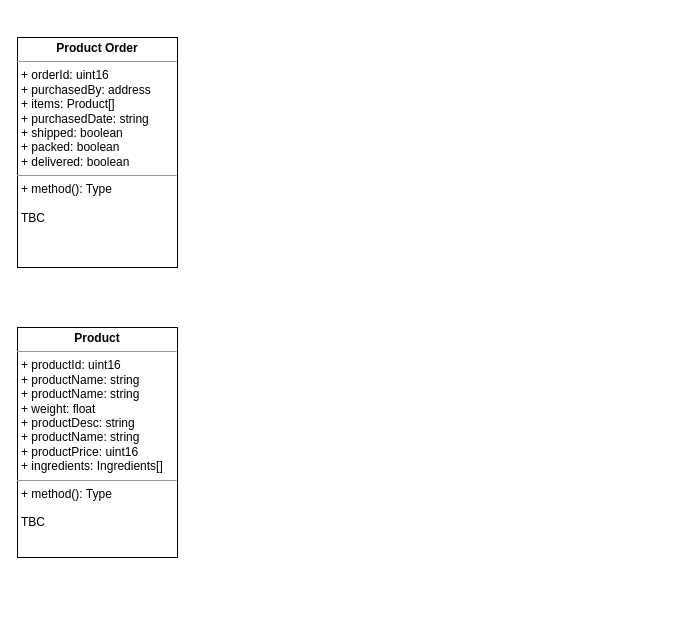
PohKaiBoon/back-end keeps this draw.io diagram as page "Class Diagram" (2 of 3) of supply-chain-process-flow.drawio. Above is the earlier version. Source tidied: cells renumbered, new cells numbered last; positions are measured from the earlier drawing's top-left corner, leaving out a move shared by most shapes. Both pictures are drawn from the tidied source at 100%, with x=0, y=0 at pixel (17, 37).
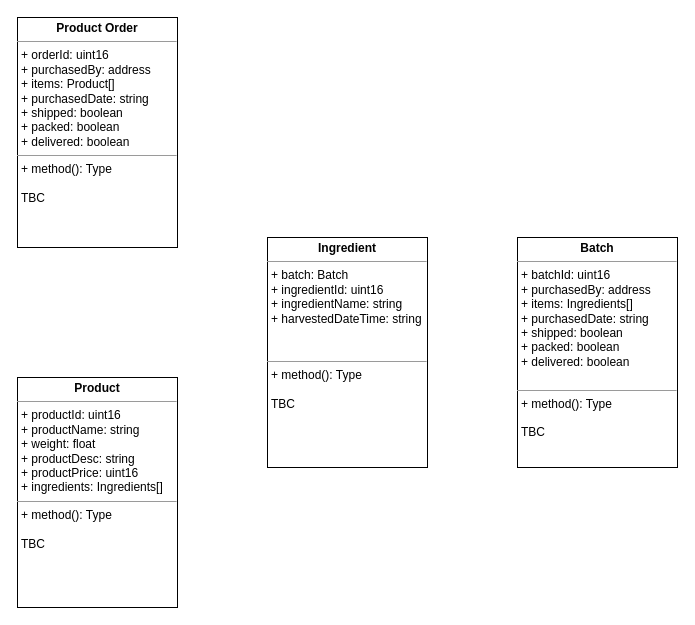
Above is the later version.

Diff of the diagram source:
```diff
@@
 <mxGraphModel>
   <root>
     <mxCell id="0" />
     <mxCell id="1" parent="0" />
-    <mxCell id="2" value="&lt;p style=&quot;margin:0px;margin-top:4px;text-align:center;&quot;&gt;&lt;b&gt;Product&lt;/b&gt;&lt;/p&gt;&lt;hr size=&quot;1&quot;&gt;&lt;p style=&quot;margin:0px;margin-left:4px;&quot;&gt;+ productId: uint16&lt;/p&gt;&lt;p style=&quot;border-color: var(--border-color); margin: 0px 0px 0px 4px;&quot;&gt;+ productName: string&lt;/p&gt;&lt;p style=&quot;border-color: var(--border-color); margin: 0px 0px 0px 4px;&quot;&gt;+ productName: string&lt;br&gt;&lt;/p&gt;&lt;p style=&quot;border-color: var(--border-color); margin: 0px 0px 0px 4px;&quot;&gt;+ weight: float&lt;br&gt;&lt;/p&gt;&lt;p style=&quot;border-color: var(--border-color); margin: 0px 0px 0px 4px;&quot;&gt;+ productDesc: string&lt;br&gt;&lt;/p&gt;&lt;p style=&quot;border-color: var(--border-color); margin: 0px 0px 0px 4px;&quot;&gt;+ productName: string&lt;br&gt;&lt;/p&gt;&lt;p style=&quot;border-color: var(--border-color); margin: 0px 0px 0px 4px;&quot;&gt;+ productPrice: uint16&lt;br&gt;+ ingredients: Ingredients[]&lt;/p&gt;&lt;hr size=&quot;1&quot;&gt;&lt;p style=&quot;margin:0px;margin-left:4px;&quot;&gt;+ method(): Type&lt;/p&gt;&lt;p style=&quot;margin:0px;margin-left:4px;&quot;&gt;&lt;br&gt;&lt;/p&gt;&lt;p style=&quot;margin:0px;margin-left:4px;&quot;&gt;TBC&lt;/p&gt;" style="verticalAlign=top;align=left;overflow=fill;html=1;whiteSpace=wrap;" parent="1" vertex="1">
-      <mxGeometry y="290" width="160" height="230" as="geometry" />
+    <mxCell id="2" value="&lt;p style=&quot;margin:0px;margin-top:4px;text-align:center;&quot;&gt;&lt;b&gt;Product&lt;/b&gt;&lt;/p&gt;&lt;hr size=&quot;1&quot;&gt;&lt;p style=&quot;margin:0px;margin-left:4px;&quot;&gt;+ productId: uint16&lt;/p&gt;&lt;p style=&quot;border-color: var(--border-color); margin: 0px 0px 0px 4px;&quot;&gt;+ productName: string&lt;/p&gt;&lt;p style=&quot;border-color: var(--border-color); margin: 0px 0px 0px 4px;&quot;&gt;+ weight: float&lt;br&gt;&lt;/p&gt;&lt;p style=&quot;border-color: var(--border-color); margin: 0px 0px 0px 4px;&quot;&gt;+ productDesc: string&lt;/p&gt;&lt;p style=&quot;border-color: var(--border-color); margin: 0px 0px 0px 4px;&quot;&gt;+ productPrice: uint16&lt;br&gt;+ ingredients: Ingredients[]&lt;/p&gt;&lt;hr size=&quot;1&quot;&gt;&lt;p style=&quot;margin:0px;margin-left:4px;&quot;&gt;+ method(): Type&lt;/p&gt;&lt;p style=&quot;margin:0px;margin-left:4px;&quot;&gt;&lt;br&gt;&lt;/p&gt;&lt;p style=&quot;margin:0px;margin-left:4px;&quot;&gt;TBC&lt;/p&gt;" style="verticalAlign=top;align=left;overflow=fill;html=1;whiteSpace=wrap;" parent="1" vertex="1">
+      <mxGeometry y="340" width="160" height="230" as="geometry" />
     </mxCell>
     <mxCell id="3" value="&lt;p style=&quot;margin:0px;margin-top:4px;text-align:center;&quot;&gt;&lt;b&gt;Product Order&lt;/b&gt;&lt;/p&gt;&lt;hr size=&quot;1&quot;&gt;&lt;p style=&quot;margin:0px;margin-left:4px;&quot;&gt;+ orderId: uint16&lt;/p&gt;&lt;p style=&quot;border-color: var(--border-color); margin: 0px 0px 0px 4px;&quot;&gt;+ purchasedBy: address&lt;/p&gt;&lt;p style=&quot;border-color: var(--border-color); margin: 0px 0px 0px 4px;&quot;&gt;+ items: Product[]&lt;br&gt;&lt;/p&gt;&lt;p style=&quot;border-color: var(--border-color); margin: 0px 0px 0px 4px;&quot;&gt;+ purchasedDate: string&lt;br&gt;&lt;/p&gt;&lt;p style=&quot;border-color: var(--border-color); margin: 0px 0px 0px 4px;&quot;&gt;+ shipped: boolean&lt;br&gt;&lt;/p&gt;&lt;p style=&quot;border-color: var(--border-color); margin: 0px 0px 0px 4px;&quot;&gt;+ packed: boolean&lt;br&gt;&lt;/p&gt;&lt;p style=&quot;border-color: var(--border-color); margin: 0px 0px 0px 4px;&quot;&gt;+ delivered: boolean&lt;br&gt;&lt;/p&gt;&lt;hr size=&quot;1&quot;&gt;&lt;p style=&quot;margin:0px;margin-left:4px;&quot;&gt;+ method(): Type&lt;/p&gt;&lt;p style=&quot;margin:0px;margin-left:4px;&quot;&gt;&lt;br&gt;&lt;/p&gt;&lt;p style=&quot;margin:0px;margin-left:4px;&quot;&gt;TBC&lt;/p&gt;" style="verticalAlign=top;align=left;overflow=fill;html=1;whiteSpace=wrap;" parent="1" vertex="1">
-      <mxGeometry width="160" height="230" as="geometry" />
+      <mxGeometry y="-20" width="160" height="230" as="geometry" />
     </mxCell>
+    <mxCell id="4" value="&lt;p style=&quot;margin:0px;margin-top:4px;text-align:center;&quot;&gt;&lt;b&gt;Ingredient&lt;/b&gt;&lt;/p&gt;&lt;hr size=&quot;1&quot;&gt;&lt;p style=&quot;margin:0px;margin-left:4px;&quot;&gt;+ batch: Batch&lt;/p&gt;&lt;p style=&quot;border-color: var(--border-color); margin: 0px 0px 0px 4px;&quot;&gt;+ ingredientId: uint16&lt;/p&gt;&lt;p style=&quot;border-color: var(--border-color); margin: 0px 0px 0px 4px;&quot;&gt;+ ingredientName: string&lt;br&gt;&lt;/p&gt;&lt;p style=&quot;border-color: var(--border-color); margin: 0px 0px 0px 4px;&quot;&gt;+ harvestedDateTime: string&lt;/p&gt;&lt;p style=&quot;border-color: var(--border-color); margin: 0px 0px 0px 4px;&quot;&gt;&lt;br&gt;&lt;/p&gt;&lt;p style=&quot;border-color: var(--border-color); margin: 0px 0px 0px 4px;&quot;&gt;&lt;br&gt;&lt;/p&gt;&lt;hr size=&quot;1&quot;&gt;&lt;p style=&quot;margin:0px;margin-left:4px;&quot;&gt;+ method(): Type&lt;/p&gt;&lt;p style=&quot;margin:0px;margin-left:4px;&quot;&gt;&lt;br&gt;&lt;/p&gt;&lt;p style=&quot;margin:0px;margin-left:4px;&quot;&gt;TBC&lt;/p&gt;" style="verticalAlign=top;align=left;overflow=fill;html=1;whiteSpace=wrap;" parent="1" vertex="1">
+      <mxGeometry x="250" y="200" width="160" height="230" as="geometry" />
+    </mxCell>
+    <mxCell id="5" value="&lt;p style=&quot;margin:0px;margin-top:4px;text-align:center;&quot;&gt;&lt;b&gt;Batch&lt;/b&gt;&lt;/p&gt;&lt;hr size=&quot;1&quot;&gt;&lt;p style=&quot;border-color: var(--border-color); margin: 0px 0px 0px 4px;&quot;&gt;+ batchId: uint16&lt;/p&gt;&lt;p style=&quot;border-color: var(--border-color); margin: 0px 0px 0px 4px;&quot;&gt;+ purchasedBy: address&lt;/p&gt;&lt;p style=&quot;border-color: var(--border-color); margin: 0px 0px 0px 4px;&quot;&gt;+ items: Ingredients[]&lt;br style=&quot;border-color: var(--border-color);&quot;&gt;&lt;/p&gt;&lt;p style=&quot;border-color: var(--border-color); margin: 0px 0px 0px 4px;&quot;&gt;+ purchasedDate: string&lt;br style=&quot;border-color: var(--border-color);&quot;&gt;&lt;/p&gt;&lt;p style=&quot;border-color: var(--border-color); margin: 0px 0px 0px 4px;&quot;&gt;+ shipped: boolean&lt;br style=&quot;border-color: var(--border-color);&quot;&gt;&lt;/p&gt;&lt;p style=&quot;border-color: var(--border-color); margin: 0px 0px 0px 4px;&quot;&gt;+ packed: boolean&lt;br style=&quot;border-color: var(--border-color);&quot;&gt;&lt;/p&gt;&lt;p style=&quot;border-color: var(--border-color); margin: 0px 0px 0px 4px;&quot;&gt;+ delivered: boolean&lt;/p&gt;&lt;p style=&quot;border-color: var(--border-color); margin: 0px 0px 0px 4px;&quot;&gt;&lt;br&gt;&lt;/p&gt;&lt;hr size=&quot;1&quot;&gt;&lt;p style=&quot;margin:0px;margin-left:4px;&quot;&gt;+ method(): Type&lt;/p&gt;&lt;p style=&quot;margin:0px;margin-left:4px;&quot;&gt;&lt;br&gt;&lt;/p&gt;&lt;p style=&quot;margin:0px;margin-left:4px;&quot;&gt;TBC&lt;/p&gt;" style="verticalAlign=top;align=left;overflow=fill;html=1;whiteSpace=wrap;" parent="1" vertex="1">
+      <mxGeometry x="500" y="200" width="160" height="230" as="geometry" />
+    </mxCell>
   </root>
 </mxGraphModel>
```
